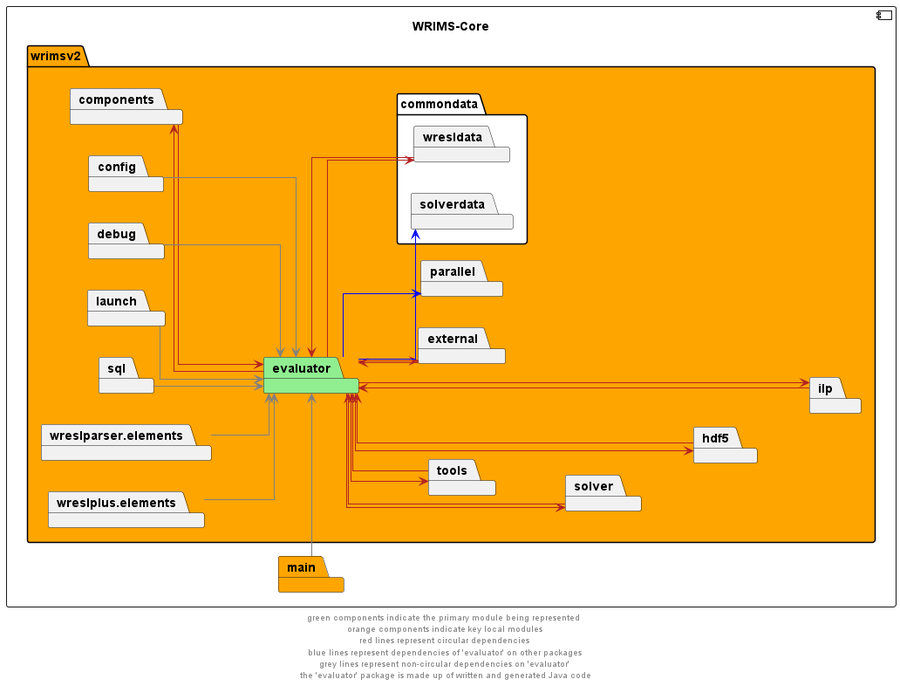
This is docs/diagrams/wrims-core/wrims-core_evaluator.png from CentralValleyModeling/wrims-engine, a PlantUML export, as it was before one commit. Its diagram source:
```plantuml
@startuml
left to right direction
skinparam linetype ortho

component wrims_core as "WRIMS-Core"{
    package wrimsv2  #orange {
        package evaluator #lightgreen
        package commondata #white {
                package wresldata
                package solverdata

        }
        package components
        package config
        package debug
        package external
        package launch
        package parallel
        package hdf5
        package ilp
        package solver
        package sql
        package tools
        package wreslparser.elements
        package wreslplus.elements

    }
package main #orange
}

evaluator --> components #firebrick
components -r-> evaluator #firebrick
evaluator --> hdf5 #firebrick
hdf5 --> evaluator  #firebrick
evaluator --> ilp #firebrick
ilp --> evaluator  #firebrick
evaluator --> solver #firebrick
solver -left-> evaluator  #firebrick
evaluator --> tools #firebrick
tools --> evaluator  #firebrick
evaluator --> wresldata #firebrick
wresldata --> evaluator  #firebrick
external --> evaluator #firebrick
evaluator --> external  #firebrick

evaluator --> parallel #blue
evaluator --> solverdata #blue

config --> evaluator  #grey
wreslparser.elements --> evaluator #grey
wreslplus.elements --> evaluator #grey
debug --> evaluator  #grey
launch --> evaluator  #grey
sql --> evaluator  #grey
main -l-> evaluator  #grey

components -up[hidden]-> ilp
ilp -up[hidden]-> hdf5
hdf5 -up[hidden]-> solver
solver -up[hidden]-> tools

footer "green components indicate the primary module being represented \n orange components indicate key local modules \n red lines represent circular dependencies \n blue lines represent dependencies of 'evaluator' on other packages \n grey lines represent non-circular dependencies on 'evaluator' \n the 'evaluator' package is made up of written and generated Java code"
@enduml
```
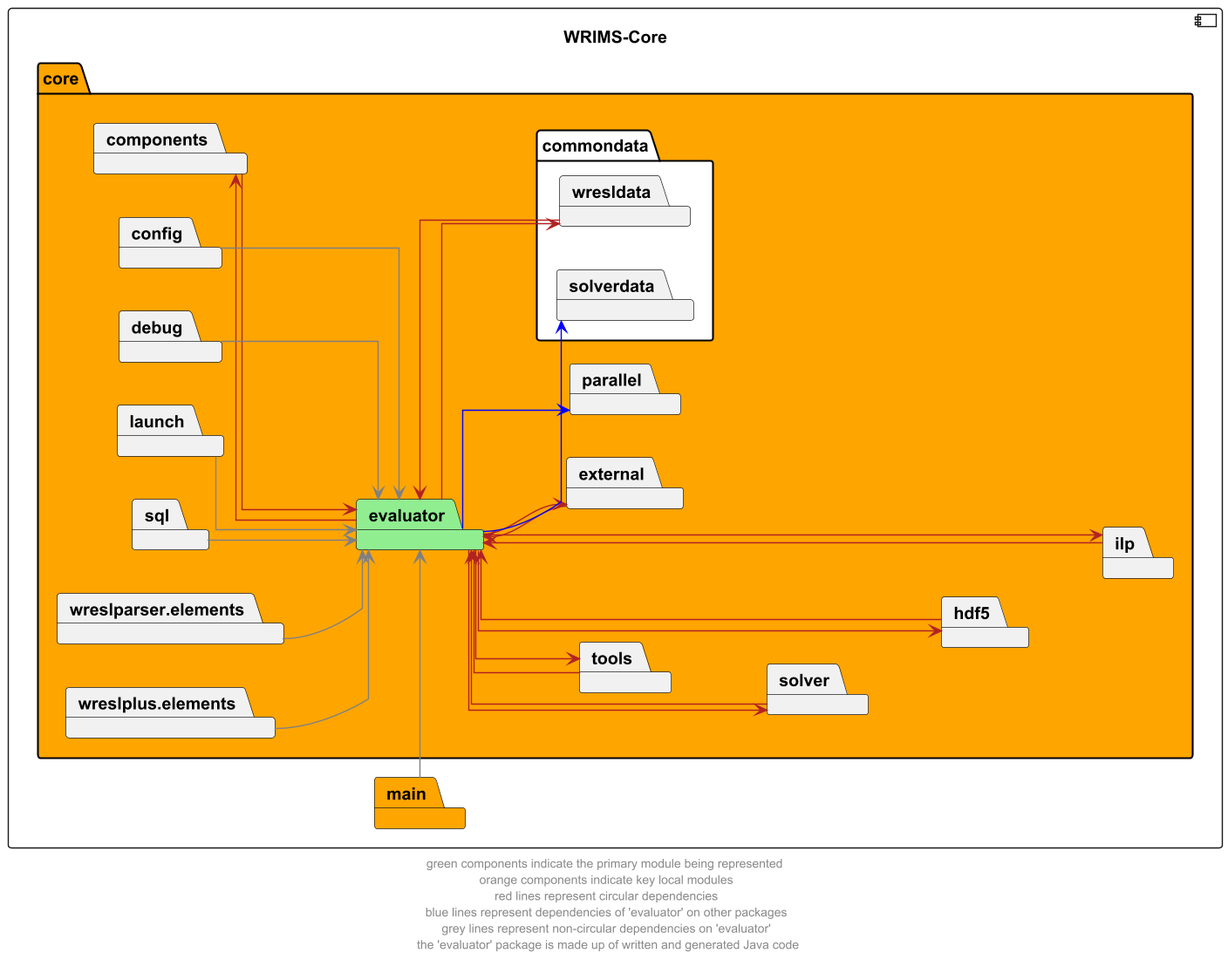
After the change.

Change to the diagram source:
```diff
@@ -3,7 +3,7 @@
 skinparam linetype ortho
 
 component wrims_core as "WRIMS-Core"{
-    package wrimsv2  #orange {
+    package core  #orange {
         package evaluator #lightgreen
         package commondata #white {
                 package wresldata
```
